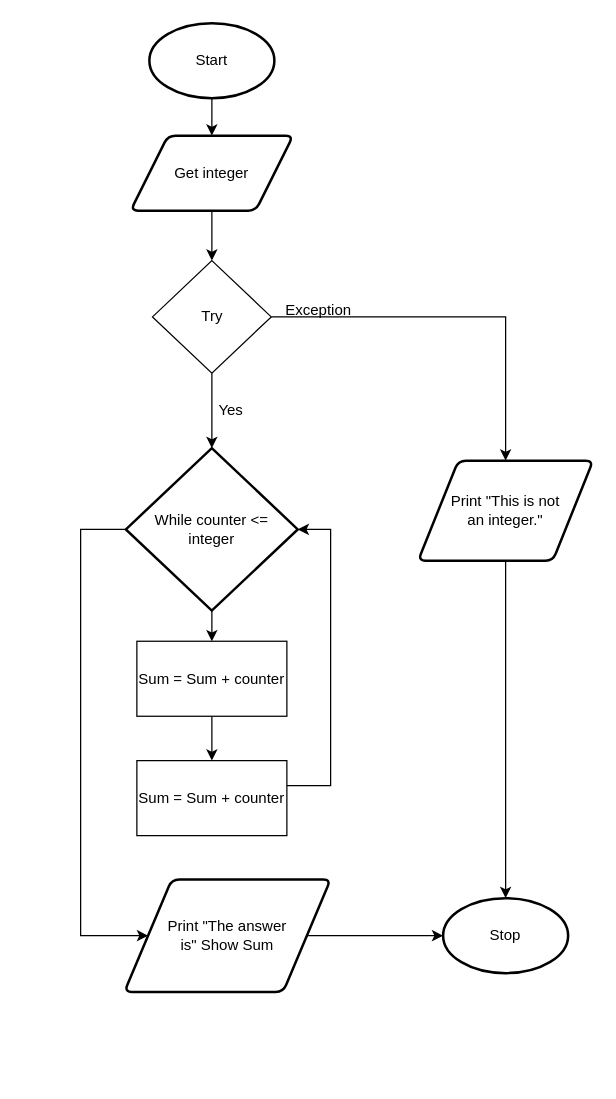
Before: Looping (flowchart).drawio in Dahrio-Francois/ICS3U-Unit4-01-Python, a draw.io diagram. Source tidied: cells renumbered, new cells numbered last; positions are measured from the earlier drawing's top-left corner, leaving out a move shared by most shapes. Both pictures are drawn from the tidied source at 125%, with x=0, y=0 at pixel (80, 22).
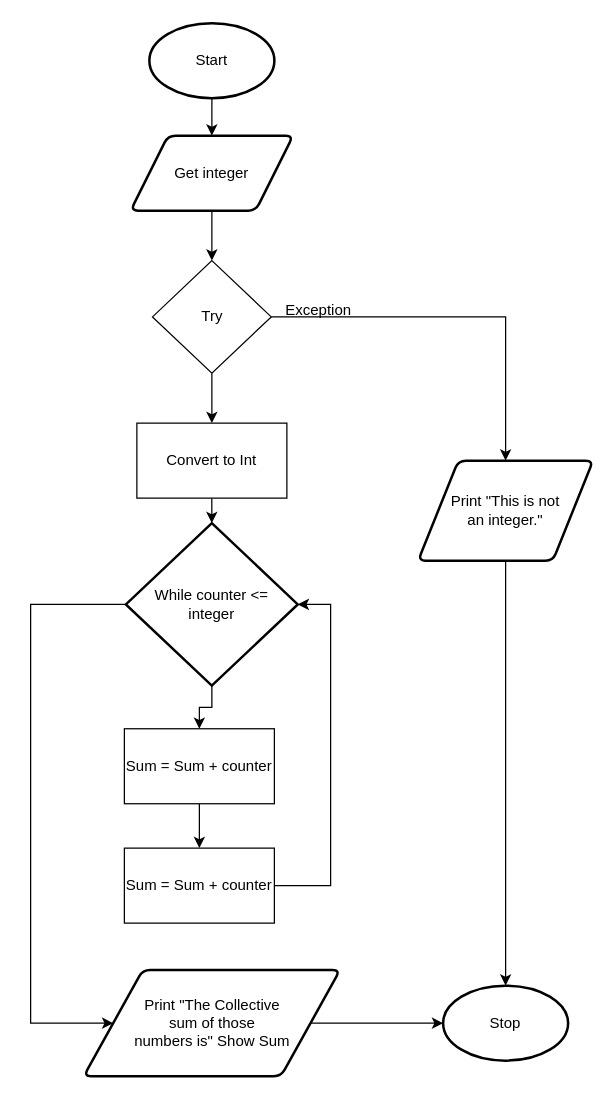
The same diagram, later.

Commit message:
made a change to flowchart

The change refers to these unchanged cells:
```xml
<mxCell id="8" value="Try" style="rhombus;whiteSpace=wrap;html=1;" parent="1" vertex="1">
  <mxGeometry x="57.5" y="190" width="95" height="90" as="geometry" />
</mxCell>
```

The edit, as a diff of the source:
```diff
@@
-    <mxCell id="7" style="edgeStyle=orthogonalEdgeStyle;rounded=0;html=1;" parent="1" edge="1" source="8" target="13">
-      <mxGeometry relative="1" as="geometry" />
-    </mxCell>
+    <mxCell id="23" style="edgeStyle=none;html=1;entryX=0.5;entryY=0;entryDx=0;entryDy=0;" parent="1" edge="1" source="8" target="25">
+      <mxGeometry relative="1" as="geometry" />
+    </mxCell>
@@
     <mxCell id="12" style="edgeStyle=orthogonalEdgeStyle;rounded=0;html=1;entryX=0;entryY=0.5;entryDx=0;entryDy=0;" parent="1" edge="1" source="13" target="21">
       <mxGeometry relative="1" as="geometry">
         <Array as="points">
-          <mxPoint y="405" />
-          <mxPoint y="730" />
+          <mxPoint x="-40" y="465" />
+          <mxPoint x="-40" y="800" />
         </Array>
       </mxGeometry>
     </mxCell>
     <mxCell id="13" value="While counter &amp;lt;=&lt;br&gt;integer" style="strokeWidth=2;html=1;shape=mxgraph.flowchart.decision;whiteSpace=wrap;" parent="1" vertex="1">
-      <mxGeometry x="36.2" y="340" width="137.5" height="130" as="geometry" />
+      <mxGeometry x="36.2" y="400" width="137.5" height="130" as="geometry" />
     </mxCell>
@@
-    <mxCell id="15" value="Yes" style="text;html=1;align=center;verticalAlign=middle;strokeColor=none;fillColor=none;" parent="1" vertex="1">
-      <mxGeometry x="100" y="300" width="40" height="20" as="geometry" />
-    </mxCell>
@@
     <mxCell id="17" value="Sum = Sum + counter" style="whiteSpace=wrap;html=1;" parent="1" vertex="1">
-      <mxGeometry x="45" y="494.5" width="120" height="60" as="geometry" />
+      <mxGeometry x="35" y="564.5" width="120" height="60" as="geometry" />
     </mxCell>
     <mxCell id="18" style="edgeStyle=orthogonalEdgeStyle;rounded=0;html=1;entryX=1;entryY=0.5;entryDx=0;entryDy=0;entryPerimeter=0;" parent="1" edge="1" source="19" target="13">
       <mxGeometry relative="1" as="geometry">
         <Array as="points">
-          <mxPoint x="200" y="610" />
-          <mxPoint x="200" y="405" />
+          <mxPoint x="200" y="690" />
+          <mxPoint x="200" y="465" />
         </Array>
       </mxGeometry>
     </mxCell>
     <mxCell id="19" value="Sum = Sum + counter" style="whiteSpace=wrap;html=1;" parent="1" vertex="1">
-      <mxGeometry x="45" y="590" width="120" height="60" as="geometry" />
+      <mxGeometry x="35" y="660" width="120" height="60" as="geometry" />
     </mxCell>
@@
-    <mxCell id="21" value="Print &quot;The answer&lt;br&gt;is&quot; Show Sum" style="shape=parallelogram;html=1;strokeWidth=2;perimeter=parallelogramPerimeter;whiteSpace=wrap;rounded=1;arcSize=12;size=0.23;" parent="1" vertex="1">
-      <mxGeometry x="35" y="685" width="165" height="90" as="geometry" />
+    <mxCell id="21" value="Print &quot;The Collective &lt;br&gt;sum of those &lt;br&gt;numbers is&quot; Show Sum" style="shape=parallelogram;html=1;strokeWidth=2;perimeter=parallelogramPerimeter;whiteSpace=wrap;rounded=1;arcSize=12;size=0.23;" parent="1" vertex="1">
+      <mxGeometry x="2.5" y="757.5" width="205" height="85" as="geometry" />
     </mxCell>
     <mxCell id="22" value="Stop" style="strokeWidth=2;html=1;shape=mxgraph.flowchart.start_1;whiteSpace=wrap;" parent="1" vertex="1">
-      <mxGeometry x="290" y="700" width="100" height="60" as="geometry" />
+      <mxGeometry x="290" y="770" width="100" height="60" as="geometry" />
     </mxCell>
+    <mxCell id="24" style="edgeStyle=orthogonalEdgeStyle;html=1;entryX=0.5;entryY=0;entryDx=0;entryDy=0;entryPerimeter=0;rounded=0;" parent="1" edge="1" source="25" target="13">
+      <mxGeometry relative="1" as="geometry" />
+    </mxCell>
+    <mxCell id="25" value="Convert to Int" style="whiteSpace=wrap;html=1;" parent="1" vertex="1">
+      <mxGeometry x="45" y="320" width="120" height="60" as="geometry" />
+    </mxCell>
```
